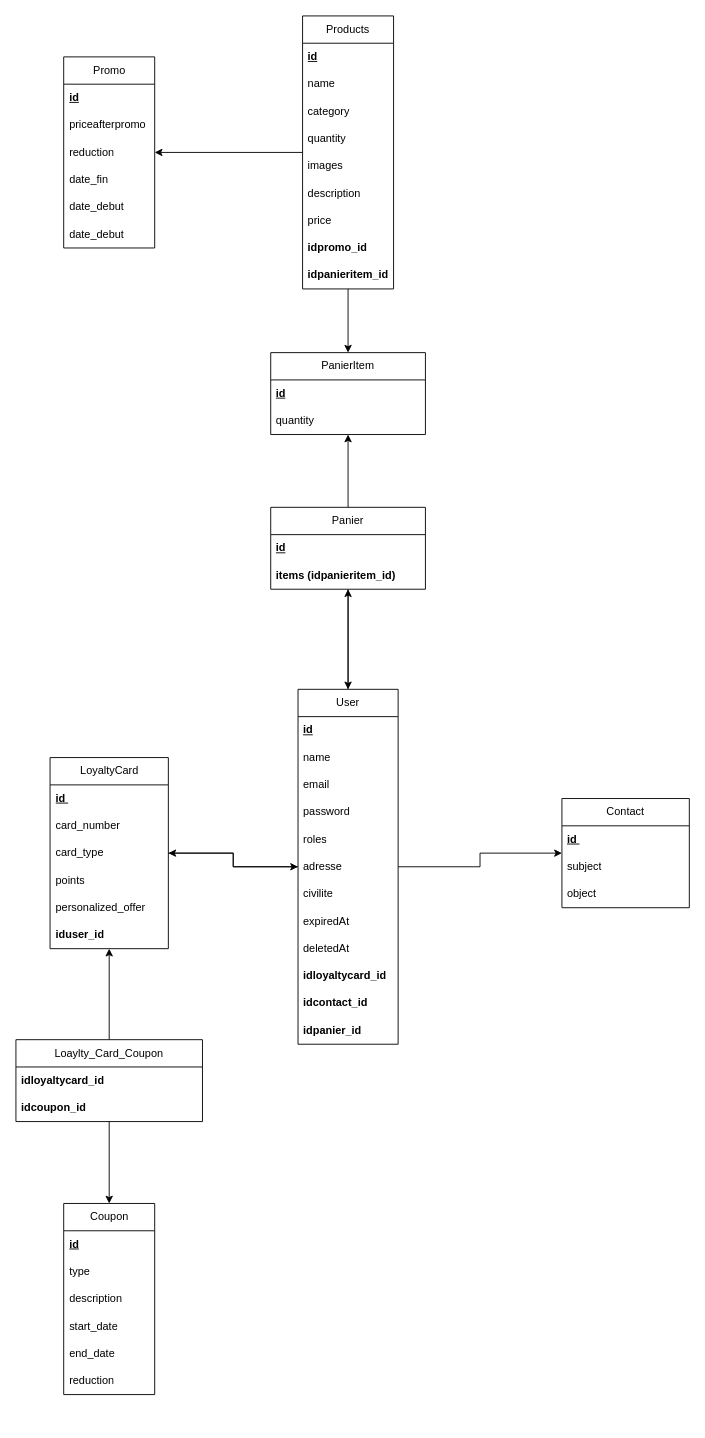
Earlier version of the draw.io diagram officiel/v2/MLDv2 Vitality draw.drawio (BanggEddy/UML-MeriseVitality). Source tidied: cells renumbered, new cells numbered last; positions are measured from the earlier drawing's top-left corner, leaving out a move shared by most shapes. Both pictures are drawn from the tidied source at 91%, with x=0, y=0 at pixel (15, 15).
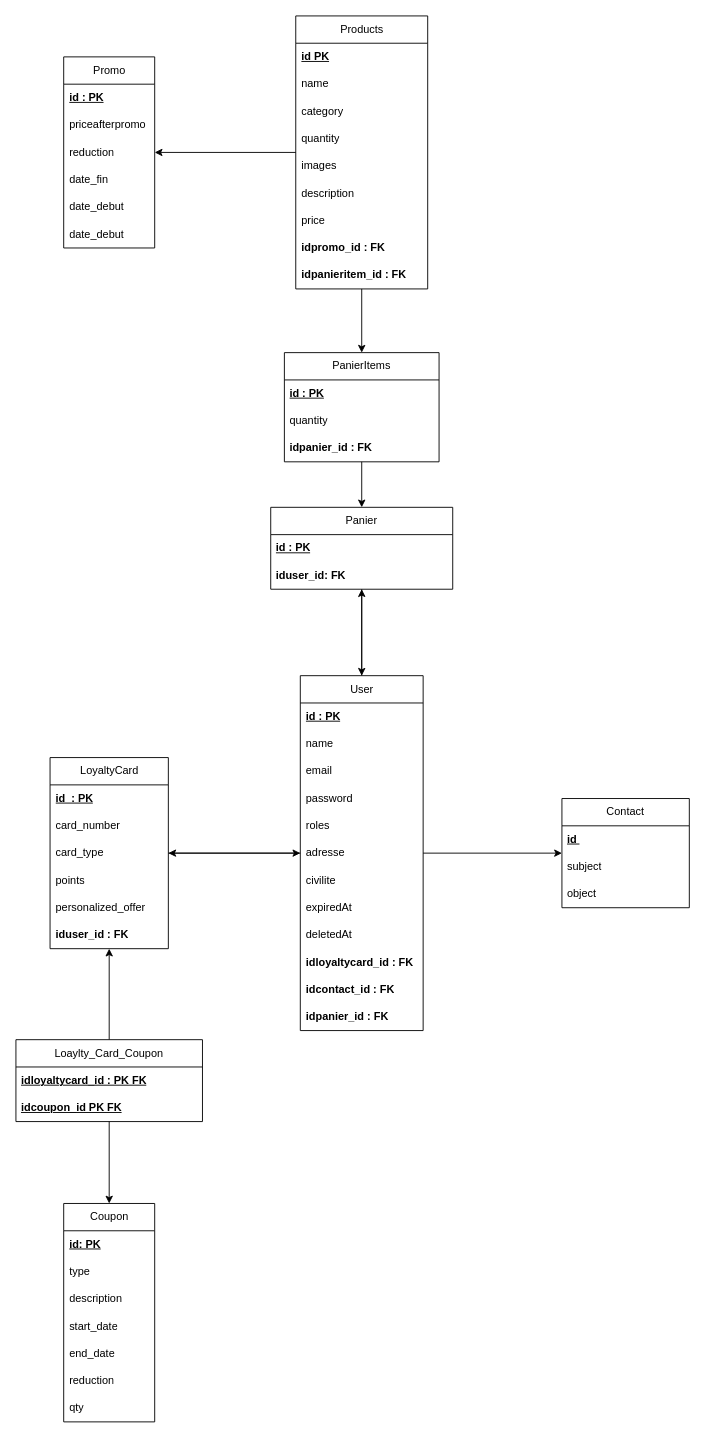
The same page after the edit.

Unchanged cells that the change refers to:
```xml
<mxCell id="16" value="LoyaltyCard" style="swimlane;fontStyle=0;horizontal=1;startSize=30;whiteSpace=wrap;html=1;" parent="1" vertex="1">
  <mxGeometry x="37.5" y="815" width="130" height="210" as="geometry" />
</mxCell>
<mxCell id="35" value="Promo" style="swimlane;fontStyle=0;horizontal=1;startSize=30;whiteSpace=wrap;html=1;" parent="1" vertex="1">
  <mxGeometry x="52.5" y="45" width="100" height="210" as="geometry" />
</mxCell>
<mxCell id="62" value="Loaylty_Card_Coupon" style="swimlane;fontStyle=0;horizontal=1;startSize=30;whiteSpace=wrap;html=1;" parent="1" vertex="1">
  <mxGeometry y="1125" width="205" height="90" as="geometry" />
</mxCell>
```

The edit, as a diff of the source:
```diff
@@
     <mxCell id="7" value="Coupon" style="swimlane;fontStyle=0;horizontal=1;startSize=30;whiteSpace=wrap;html=1;" parent="1" vertex="1">
-      <mxGeometry x="52.5" y="1305" width="100" height="210" as="geometry" />
+      <mxGeometry x="52.5" y="1305" width="100" height="240" as="geometry" />
     </mxCell>
-    <mxCell id="8" value="&lt;b&gt;&lt;u&gt;id&lt;/u&gt;&lt;/b&gt;" style="text;strokeColor=none;fillColor=none;align=left;verticalAlign=middle;spacingLeft=4;spacingRight=4;overflow=hidden;whiteSpace=wrap;html=1;" parent="7" vertex="1">
+    <mxCell id="8" value="&lt;b&gt;&lt;u&gt;id: PK&lt;/u&gt;&lt;/b&gt;" style="text;strokeColor=none;fillColor=none;align=left;verticalAlign=middle;spacingLeft=4;spacingRight=4;overflow=hidden;whiteSpace=wrap;html=1;" parent="7" vertex="1">
       <mxGeometry y="30" width="100" height="30" as="geometry" />
     </mxCell>
@@
+    <mxCell id="69" value="qty" style="text;strokeColor=none;fillColor=none;align=left;verticalAlign=middle;spacingLeft=4;spacingRight=4;overflow=hidden;whiteSpace=wrap;html=1;" parent="7" vertex="1">
+      <mxGeometry y="210" width="100" height="30" as="geometry" />
+    </mxCell>
@@
-    <mxCell id="17" value="&lt;b&gt;&lt;u&gt;id&amp;nbsp;&lt;/u&gt;&lt;/b&gt;" style="text;strokeColor=none;fillColor=none;align=left;verticalAlign=middle;spacingLeft=4;spacingRight=4;overflow=hidden;whiteSpace=wrap;html=1;" parent="16" vertex="1">
+    <mxCell id="17" value="&lt;b&gt;&lt;u&gt;id&amp;nbsp; : PK&lt;/u&gt;&lt;/b&gt;" style="text;strokeColor=none;fillColor=none;align=left;verticalAlign=middle;spacingLeft=4;spacingRight=4;overflow=hidden;whiteSpace=wrap;html=1;" parent="16" vertex="1">
       <mxGeometry y="30" width="130" height="30" as="geometry" />
     </mxCell>
@@
-    <mxCell id="22" value="&lt;span style=&quot;font-weight: 700;&quot;&gt;iduser_id&lt;/span&gt;" style="text;strokeColor=none;fillColor=none;align=left;verticalAlign=middle;spacingLeft=4;spacingRight=4;overflow=hidden;whiteSpace=wrap;html=1;" parent="16" vertex="1">
+    <mxCell id="22" value="&lt;span style=&quot;font-weight: 700;&quot;&gt;iduser_id : FK&lt;/span&gt;" style="text;strokeColor=none;fillColor=none;align=left;verticalAlign=middle;spacingLeft=4;spacingRight=4;overflow=hidden;whiteSpace=wrap;html=1;" parent="16" vertex="1">
       <mxGeometry y="180" width="130" height="30" as="geometry" />
     </mxCell>
@@
     <mxCell id="25" value="Products" style="swimlane;fontStyle=0;horizontal=1;startSize=30;whiteSpace=wrap;html=1;" parent="1" vertex="1">
-      <mxGeometry x="315" width="100" height="300" as="geometry" />
+      <mxGeometry x="307.5" width="145" height="300" as="geometry" />
     </mxCell>
-    <mxCell id="26" value="&lt;b&gt;&lt;u&gt;id&lt;/u&gt;&lt;/b&gt;" style="text;strokeColor=none;fillColor=none;align=left;verticalAlign=middle;spacingLeft=4;spacingRight=4;overflow=hidden;whiteSpace=wrap;html=1;" parent="25" vertex="1">
-      <mxGeometry y="30" width="100" height="30" as="geometry" />
+    <mxCell id="26" value="&lt;b&gt;&lt;u&gt;id PK&lt;/u&gt;&lt;/b&gt;" style="text;strokeColor=none;fillColor=none;align=left;verticalAlign=middle;spacingLeft=4;spacingRight=4;overflow=hidden;whiteSpace=wrap;html=1;" parent="25" vertex="1">
+      <mxGeometry y="30" width="145" height="30" as="geometry" />
     </mxCell>
     <mxCell id="27" value="name" style="text;strokeColor=none;fillColor=none;align=left;verticalAlign=middle;spacingLeft=4;spacingRight=4;overflow=hidden;whiteSpace=wrap;html=1;" parent="25" vertex="1">
-      <mxGeometry y="60" width="100" height="30" as="geometry" />
+      <mxGeometry y="60" width="145" height="30" as="geometry" />
     </mxCell>
     <mxCell id="28" value="category" style="text;strokeColor=none;fillColor=none;align=left;verticalAlign=middle;spacingLeft=4;spacingRight=4;overflow=hidden;whiteSpace=wrap;html=1;" parent="25" vertex="1">
-      <mxGeometry y="90" width="100" height="30" as="geometry" />
+      <mxGeometry y="90" width="145" height="30" as="geometry" />
     </mxCell>
     <mxCell id="29" value="quantity" style="text;strokeColor=none;fillColor=none;align=left;verticalAlign=middle;spacingLeft=4;spacingRight=4;overflow=hidden;whiteSpace=wrap;html=1;" parent="25" vertex="1">
-      <mxGeometry y="120" width="100" height="30" as="geometry" />
+      <mxGeometry y="120" width="145" height="30" as="geometry" />
     </mxCell>
     <mxCell id="30" value="images" style="text;strokeColor=none;fillColor=none;align=left;verticalAlign=middle;spacingLeft=4;spacingRight=4;overflow=hidden;whiteSpace=wrap;html=1;" parent="25" vertex="1">
-      <mxGeometry y="150" width="100" height="30" as="geometry" />
+      <mxGeometry y="150" width="145" height="30" as="geometry" />
     </mxCell>
     <mxCell id="31" value="description" style="text;strokeColor=none;fillColor=none;align=left;verticalAlign=middle;spacingLeft=4;spacingRight=4;overflow=hidden;whiteSpace=wrap;html=1;" parent="25" vertex="1">
-      <mxGeometry y="180" width="100" height="30" as="geometry" />
+      <mxGeometry y="180" width="145" height="30" as="geometry" />
     </mxCell>
     <mxCell id="32" value="price" style="text;strokeColor=none;fillColor=none;align=left;verticalAlign=middle;spacingLeft=4;spacingRight=4;overflow=hidden;whiteSpace=wrap;html=1;" parent="25" vertex="1">
-      <mxGeometry y="210" width="100" height="30" as="geometry" />
+      <mxGeometry y="210" width="145" height="30" as="geometry" />
     </mxCell>
-    <mxCell id="33" value="&lt;b&gt;idpromo_id&lt;/b&gt;" style="text;strokeColor=none;fillColor=none;align=left;verticalAlign=middle;spacingLeft=4;spacingRight=4;overflow=hidden;whiteSpace=wrap;html=1;" parent="25" vertex="1">
-      <mxGeometry y="240" width="100" height="30" as="geometry" />
+    <mxCell id="33" value="&lt;span&gt;idpromo_id : FK&lt;/span&gt;" style="text;strokeColor=none;fillColor=none;align=left;verticalAlign=middle;spacingLeft=4;spacingRight=4;overflow=hidden;whiteSpace=wrap;html=1;fontStyle=1;" parent="25" vertex="1">
+      <mxGeometry y="240" width="145" height="30" as="geometry" />
     </mxCell>
-    <mxCell id="34" value="&lt;b&gt;idpanieritem_id&lt;/b&gt;" style="text;strokeColor=none;fillColor=none;align=left;verticalAlign=middle;spacingLeft=4;spacingRight=4;overflow=hidden;whiteSpace=wrap;html=1;" parent="25" vertex="1">
-      <mxGeometry y="270" width="100" height="30" as="geometry" />
+    <mxCell id="34" value="&lt;span&gt;idpanieritem_id : FK&lt;/span&gt;" style="text;strokeColor=none;fillColor=none;align=left;verticalAlign=middle;spacingLeft=4;spacingRight=4;overflow=hidden;whiteSpace=wrap;html=1;fontStyle=1;" parent="25" vertex="1">
+      <mxGeometry y="270" width="145" height="30" as="geometry" />
     </mxCell>
@@
-    <mxCell id="36" value="&lt;b&gt;&lt;u&gt;id&lt;/u&gt;&lt;/b&gt;" style="text;strokeColor=none;fillColor=none;align=left;verticalAlign=middle;spacingLeft=4;spacingRight=4;overflow=hidden;whiteSpace=wrap;html=1;" parent="35" vertex="1">
+    <mxCell id="36" value="&lt;b&gt;&lt;u&gt;id : PK&lt;/u&gt;&lt;/b&gt;" style="text;strokeColor=none;fillColor=none;align=left;verticalAlign=middle;spacingLeft=4;spacingRight=4;overflow=hidden;whiteSpace=wrap;html=1;" parent="35" vertex="1">
       <mxGeometry y="30" width="100" height="30" as="geometry" />
     </mxCell>
@@
     <mxCell id="45" value="User" style="swimlane;fontStyle=0;horizontal=1;startSize=30;whiteSpace=wrap;html=1;" parent="1" vertex="1">
-      <mxGeometry x="310" y="740" width="110" height="390" as="geometry" />
+      <mxGeometry x="312.5" y="725" width="135" height="390" as="geometry" />
     </mxCell>
-    <mxCell id="46" value="&lt;b&gt;&lt;u&gt;id&lt;/u&gt;&lt;/b&gt;" style="text;strokeColor=none;fillColor=none;align=left;verticalAlign=middle;spacingLeft=4;spacingRight=4;overflow=hidden;whiteSpace=wrap;html=1;" parent="45" vertex="1">
-      <mxGeometry y="30" width="110" height="30" as="geometry" />
+    <mxCell id="46" value="&lt;b&gt;&lt;u&gt;id : PK&lt;/u&gt;&lt;/b&gt;" style="text;strokeColor=none;fillColor=none;align=left;verticalAlign=middle;spacingLeft=4;spacingRight=4;overflow=hidden;whiteSpace=wrap;html=1;" parent="45" vertex="1">
+      <mxGeometry y="30" width="135" height="30" as="geometry" />
     </mxCell>
     <mxCell id="47" value="name&amp;nbsp;" style="text;strokeColor=none;fillColor=none;align=left;verticalAlign=middle;spacingLeft=4;spacingRight=4;overflow=hidden;whiteSpace=wrap;html=1;" parent="45" vertex="1">
-      <mxGeometry y="60" width="110" height="30" as="geometry" />
+      <mxGeometry y="60" width="135" height="30" as="geometry" />
     </mxCell>
     <mxCell id="48" value="email" style="text;strokeColor=none;fillColor=none;align=left;verticalAlign=middle;spacingLeft=4;spacingRight=4;overflow=hidden;whiteSpace=wrap;html=1;" parent="45" vertex="1">
-      <mxGeometry y="90" width="110" height="30" as="geometry" />
+      <mxGeometry y="90" width="135" height="30" as="geometry" />
     </mxCell>
     <mxCell id="49" value="password" style="text;strokeColor=none;fillColor=none;align=left;verticalAlign=middle;spacingLeft=4;spacingRight=4;overflow=hidden;whiteSpace=wrap;html=1;" parent="45" vertex="1">
-      <mxGeometry y="120" width="110" height="30" as="geometry" />
+      <mxGeometry y="120" width="135" height="30" as="geometry" />
     </mxCell>
     <mxCell id="50" value="roles" style="text;strokeColor=none;fillColor=none;align=left;verticalAlign=middle;spacingLeft=4;spacingRight=4;overflow=hidden;whiteSpace=wrap;html=1;" parent="45" vertex="1">
-      <mxGeometry y="150" width="110" height="30" as="geometry" />
+      <mxGeometry y="150" width="135" height="30" as="geometry" />
     </mxCell>
     <mxCell id="51" value="adresse" style="text;strokeColor=none;fillColor=none;align=left;verticalAlign=middle;spacingLeft=4;spacingRight=4;overflow=hidden;whiteSpace=wrap;html=1;" parent="45" vertex="1">
-      <mxGeometry y="180" width="110" height="30" as="geometry" />
+      <mxGeometry y="180" width="135" height="30" as="geometry" />
     </mxCell>
     <mxCell id="52" value="civilite" style="text;strokeColor=none;fillColor=none;align=left;verticalAlign=middle;spacingLeft=4;spacingRight=4;overflow=hidden;whiteSpace=wrap;html=1;" parent="45" vertex="1">
-      <mxGeometry y="210" width="110" height="30" as="geometry" />
+      <mxGeometry y="210" width="135" height="30" as="geometry" />
     </mxCell>
     <mxCell id="53" value="expiredAt" style="text;strokeColor=none;fillColor=none;align=left;verticalAlign=middle;spacingLeft=4;spacingRight=4;overflow=hidden;whiteSpace=wrap;html=1;" parent="45" vertex="1">
-      <mxGeometry y="240" width="110" height="30" as="geometry" />
+      <mxGeometry y="240" width="135" height="30" as="geometry" />
     </mxCell>
     <mxCell id="54" value="deletedAt" style="text;strokeColor=none;fillColor=none;align=left;verticalAlign=middle;spacingLeft=4;spacingRight=4;overflow=hidden;whiteSpace=wrap;html=1;" parent="45" vertex="1">
-      <mxGeometry y="270" width="110" height="30" as="geometry" />
+      <mxGeometry y="270" width="135" height="30" as="geometry" />
     </mxCell>
-    <mxCell id="55" value="&lt;span style=&quot;font-weight: 700;&quot;&gt;idloyaltycard_id&lt;/span&gt;" style="text;strokeColor=none;fillColor=none;align=left;verticalAlign=middle;spacingLeft=4;spacingRight=4;overflow=hidden;whiteSpace=wrap;html=1;" parent="45" vertex="1">
-      <mxGeometry y="300" width="110" height="30" as="geometry" />
+    <mxCell id="55" value="&lt;span style=&quot;font-weight: 700;&quot;&gt;idloyaltycard_id : FK&lt;/span&gt;" style="text;strokeColor=none;fillColor=none;align=left;verticalAlign=middle;spacingLeft=4;spacingRight=4;overflow=hidden;whiteSpace=wrap;html=1;" parent="45" vertex="1">
+      <mxGeometry y="300" width="135" height="30" as="geometry" />
     </mxCell>
-    <mxCell id="56" value="&lt;span style=&quot;font-weight: 700;&quot;&gt;idcontact_id&lt;/span&gt;" style="text;strokeColor=none;fillColor=none;align=left;verticalAlign=middle;spacingLeft=4;spacingRight=4;overflow=hidden;whiteSpace=wrap;html=1;" parent="45" vertex="1">
-      <mxGeometry y="330" width="110" height="30" as="geometry" />
+    <mxCell id="56" value="&lt;span style=&quot;font-weight: 700;&quot;&gt;idcontact_id : FK&lt;/span&gt;" style="text;strokeColor=none;fillColor=none;align=left;verticalAlign=middle;spacingLeft=4;spacingRight=4;overflow=hidden;whiteSpace=wrap;html=1;" parent="45" vertex="1">
+      <mxGeometry y="330" width="135" height="30" as="geometry" />
     </mxCell>
-    <mxCell id="57" value="&lt;span style=&quot;font-weight: 700;&quot;&gt;idpanier_id&lt;/span&gt;" style="text;strokeColor=none;fillColor=none;align=left;verticalAlign=middle;spacingLeft=4;spacingRight=4;overflow=hidden;whiteSpace=wrap;html=1;" parent="45" vertex="1">
-      <mxGeometry y="360" width="110" height="30" as="geometry" />
+    <mxCell id="57" value="&lt;span style=&quot;font-weight: 700;&quot;&gt;idpanier_id : FK&lt;/span&gt;" style="text;strokeColor=none;fillColor=none;align=left;verticalAlign=middle;spacingLeft=4;spacingRight=4;overflow=hidden;whiteSpace=wrap;html=1;" parent="45" vertex="1">
+      <mxGeometry y="360" width="135" height="30" as="geometry" />
     </mxCell>
-    <mxCell id="58" style="edgeStyle=orthogonalEdgeStyle;rounded=0;jettySize=auto;html=1;" parent="1" edge="1" source="59" target="66">
+    <mxCell id="58" style="edgeStyle=orthogonalEdgeStyle;rounded=0;jettySize=auto;html=1;" parent="1" edge="1" source="66" target="59">
       <mxGeometry relative="1" as="geometry" />
     </mxCell>
     <mxCell id="59" value="Panier" style="swimlane;fontStyle=0;horizontal=1;startSize=30;whiteSpace=wrap;html=1;" parent="1" vertex="1">
-      <mxGeometry x="280" y="540" width="170" height="90" as="geometry" />
+      <mxGeometry x="280" y="540" width="200" height="90" as="geometry" />
     </mxCell>
-    <mxCell id="60" value="&lt;b&gt;&lt;u&gt;id&lt;/u&gt;&lt;/b&gt;" style="text;strokeColor=none;fillColor=none;align=left;verticalAlign=middle;spacingLeft=4;spacingRight=4;overflow=hidden;whiteSpace=wrap;html=1;" parent="59" vertex="1">
-      <mxGeometry y="30" width="170" height="30" as="geometry" />
+    <mxCell id="60" value="&lt;b&gt;&lt;u&gt;id : PK&lt;/u&gt;&lt;/b&gt;" style="text;strokeColor=none;fillColor=none;align=left;verticalAlign=middle;spacingLeft=4;spacingRight=4;overflow=hidden;whiteSpace=wrap;html=1;" parent="59" vertex="1">
+      <mxGeometry y="30" width="200" height="30" as="geometry" />
     </mxCell>
-    <mxCell id="61" value="&lt;b&gt;items (idpanieritem_id)&amp;nbsp;&lt;/b&gt;" style="text;strokeColor=none;fillColor=none;align=left;verticalAlign=middle;spacingLeft=4;spacingRight=4;overflow=hidden;whiteSpace=wrap;html=1;" parent="59" vertex="1">
-      <mxGeometry y="60" width="170" height="30" as="geometry" />
+    <mxCell id="61" value="&lt;b&gt;iduser_id: FK&lt;/b&gt;" style="text;strokeColor=none;fillColor=none;align=left;verticalAlign=middle;spacingLeft=4;spacingRight=4;overflow=hidden;whiteSpace=wrap;html=1;" parent="59" vertex="1">
+      <mxGeometry y="60" width="200" height="30" as="geometry" />
     </mxCell>
@@
-    <mxCell id="63" value="idloyaltycard_id" style="text;strokeColor=none;fillColor=none;align=left;verticalAlign=middle;spacingLeft=4;spacingRight=4;overflow=hidden;whiteSpace=wrap;html=1;fontStyle=1;" parent="62" vertex="1">
+    <mxCell id="63" value="idloyaltycard_id : PK FK" style="text;strokeColor=none;fillColor=none;align=left;verticalAlign=middle;spacingLeft=4;spacingRight=4;overflow=hidden;whiteSpace=wrap;html=1;fontStyle=5;" parent="62" vertex="1">
       <mxGeometry y="30" width="205" height="30" as="geometry" />
     </mxCell>
-    <mxCell id="64" value="idcoupon_id" style="text;strokeColor=none;fillColor=none;align=left;verticalAlign=middle;spacingLeft=4;spacingRight=4;overflow=hidden;whiteSpace=wrap;html=1;fontStyle=1;" parent="62" vertex="1">
+    <mxCell id="64" value="idcoupon_id PK FK" style="text;strokeColor=none;fillColor=none;align=left;verticalAlign=middle;spacingLeft=4;spacingRight=4;overflow=hidden;whiteSpace=wrap;html=1;fontStyle=5;" parent="62" vertex="1">
       <mxGeometry y="60" width="205" height="30" as="geometry" />
     </mxCell>
@@
-    <mxCell id="66" value="PanierItem" style="swimlane;fontStyle=0;horizontal=1;startSize=30;whiteSpace=wrap;html=1;" parent="1" vertex="1">
-      <mxGeometry x="280" y="370" width="170" height="90" as="geometry" />
+    <mxCell id="66" value="PanierItems" style="swimlane;fontStyle=0;horizontal=1;startSize=30;whiteSpace=wrap;html=1;" parent="1" vertex="1">
+      <mxGeometry x="295" y="370" width="170" height="120" as="geometry" />
     </mxCell>
-    <mxCell id="67" value="&lt;b&gt;&lt;u&gt;id&lt;/u&gt;&lt;/b&gt;" style="text;strokeColor=none;fillColor=none;align=left;verticalAlign=middle;spacingLeft=4;spacingRight=4;overflow=hidden;whiteSpace=wrap;html=1;" parent="66" vertex="1">
+    <mxCell id="67" value="&lt;b&gt;&lt;u&gt;id : PK&lt;/u&gt;&lt;/b&gt;" style="text;strokeColor=none;fillColor=none;align=left;verticalAlign=middle;spacingLeft=4;spacingRight=4;overflow=hidden;whiteSpace=wrap;html=1;" parent="66" vertex="1">
       <mxGeometry y="30" width="170" height="30" as="geometry" />
     </mxCell>
@@
+    <mxCell id="70" value="&lt;b&gt;idpanier_id : FK&lt;/b&gt;" style="text;strokeColor=none;fillColor=none;align=left;verticalAlign=middle;spacingLeft=4;spacingRight=4;overflow=hidden;whiteSpace=wrap;html=1;" parent="66" vertex="1">
+      <mxGeometry y="90" width="170" height="30" as="geometry" />
+    </mxCell>
```
